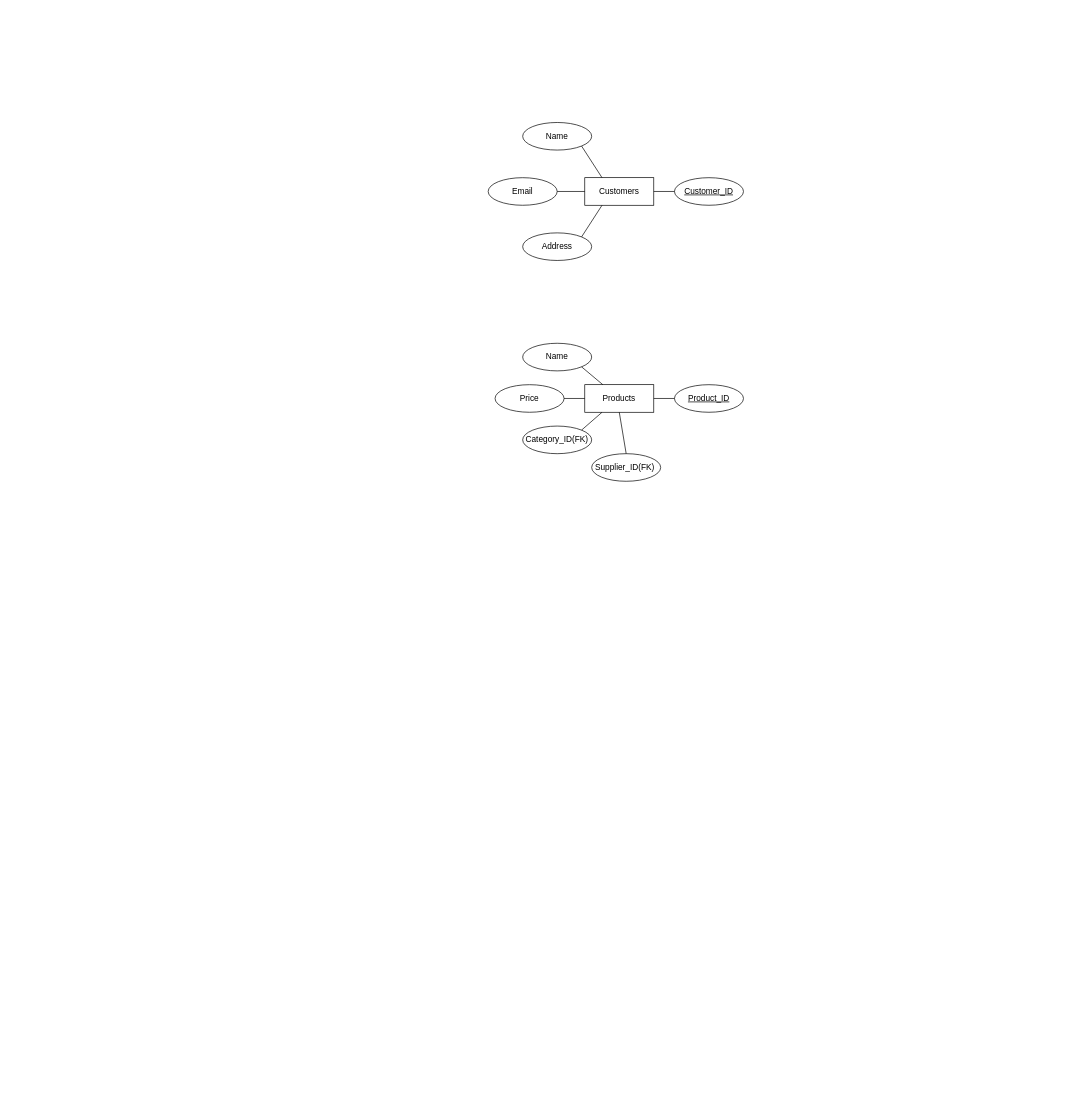
diego-karsa/Data-Management-Group-15 keeps this draw.io diagram as E_R_Diagram/Taahaa_ER.drawio. Above is the earlier version. Source tidied: cells renumbered, new cells numbered last; positions are measured from the earlier drawing's top-left corner, leaving out a move shared by most shapes. Both pictures are drawn from the tidied source at 69%, with x=0, y=0 at pixel (488, 122).
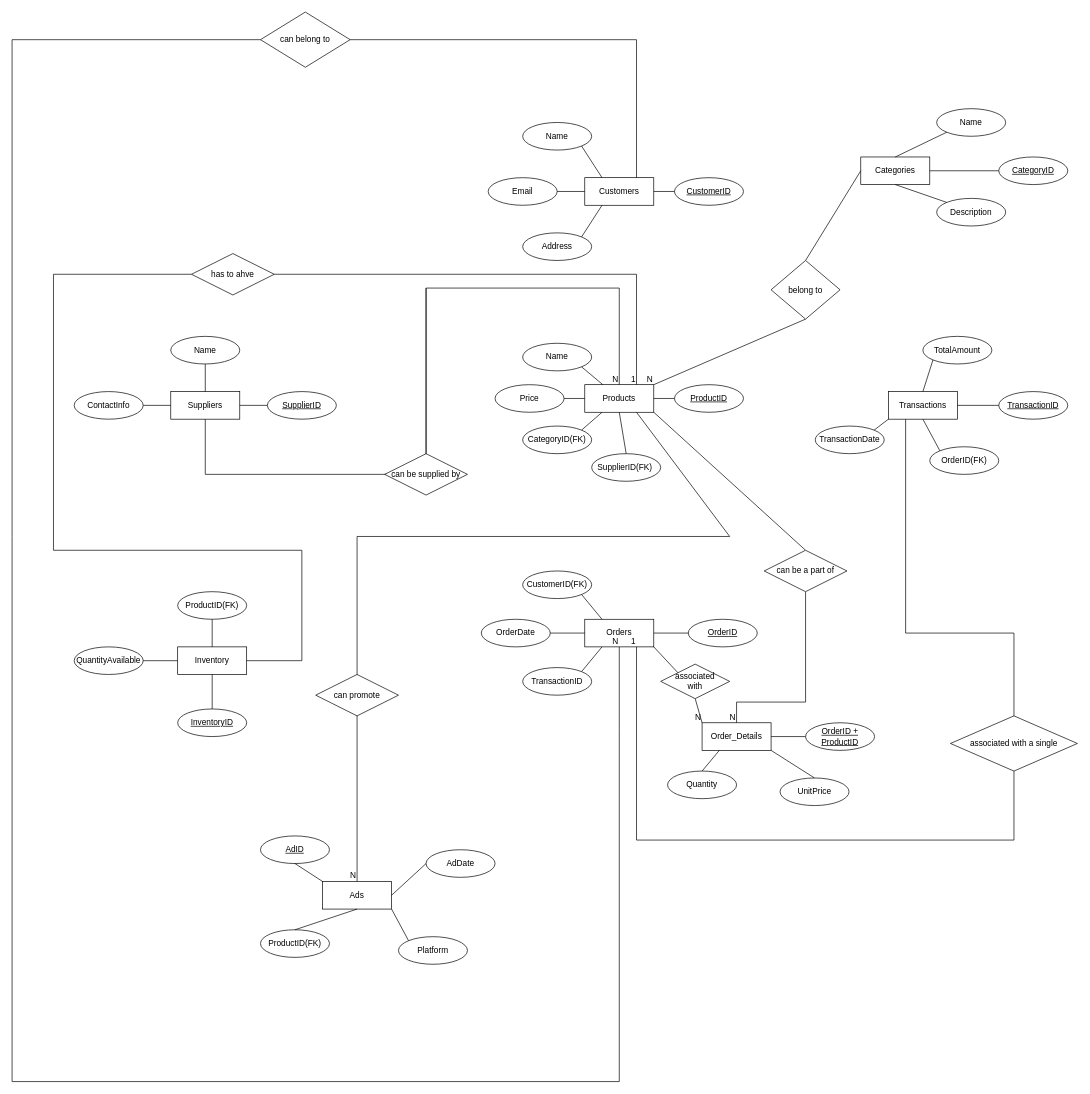
The same page after the edit.

The change refers to these unchanged cells:
```xml
<mxCell id="2" value="Products" style="whiteSpace=wrap;html=1;align=center;" parent="1" vertex="1">
  <mxGeometry x="140" y="380" width="100" height="40" as="geometry" />
</mxCell>
<mxCell id="13" value="Customers" style="whiteSpace=wrap;html=1;align=center;" parent="1" vertex="1">
  <mxGeometry x="140" y="80" width="100" height="40" as="geometry" />
</mxCell>
```

Change to the diagram source:
```diff
@@
-    <mxCell id="3" value="Product_ID" style="ellipse;whiteSpace=wrap;html=1;align=center;fontStyle=4;" parent="1" vertex="1">
+    <mxCell id="3" value="ProductID" style="ellipse;whiteSpace=wrap;html=1;align=center;fontStyle=4;" parent="1" vertex="1">
       <mxGeometry x="270" y="380" width="100" height="40" as="geometry" />
     </mxCell>
@@
-    <mxCell id="7" value="Category_ID(FK)" style="ellipse;whiteSpace=wrap;html=1;align=center;" parent="1" vertex="1">
+    <mxCell id="7" value="CategoryID(FK)" style="ellipse;whiteSpace=wrap;html=1;align=center;" parent="1" vertex="1">
       <mxGeometry x="50" y="440" width="100" height="40" as="geometry" />
     </mxCell>
-    <mxCell id="8" value="Supplier_ID(FK)&amp;nbsp;" style="ellipse;whiteSpace=wrap;html=1;align=center;" parent="1" vertex="1">
+    <mxCell id="8" value="SupplierID(FK)&amp;nbsp;" style="ellipse;whiteSpace=wrap;html=1;align=center;" parent="1" vertex="1">
       <mxGeometry x="150" y="480" width="100" height="40" as="geometry" />
     </mxCell>
@@
-    <mxCell id="14" value="Customer_ID" style="ellipse;whiteSpace=wrap;html=1;align=center;fontStyle=4;" parent="1" vertex="1">
+    <mxCell id="14" value="CustomerID" style="ellipse;whiteSpace=wrap;html=1;align=center;fontStyle=4;" parent="1" vertex="1">
       <mxGeometry x="270" y="80" width="100" height="40" as="geometry" />
     </mxCell>
@@
+    <mxCell id="22" value="Orders" style="whiteSpace=wrap;html=1;align=center;" parent="1" vertex="1">
+      <mxGeometry x="140" y="720" width="100" height="40" as="geometry" />
+    </mxCell>
+    <mxCell id="23" value="OrderID" style="ellipse;whiteSpace=wrap;html=1;align=center;fontStyle=4;" parent="1" vertex="1">
+      <mxGeometry x="290" y="720" width="100" height="40" as="geometry" />
+    </mxCell>
+    <mxCell id="24" value="CustomerID(FK)" style="ellipse;whiteSpace=wrap;html=1;align=center;" parent="1" vertex="1">
+      <mxGeometry x="50" y="650" width="100" height="40" as="geometry" />
+    </mxCell>
+    <mxCell id="25" value="OrderDate" style="ellipse;whiteSpace=wrap;html=1;align=center;" parent="1" vertex="1">
+      <mxGeometry x="-10" y="720" width="100" height="40" as="geometry" />
+    </mxCell>
+    <mxCell id="26" value="TransactionID" style="ellipse;whiteSpace=wrap;html=1;align=center;" parent="1" vertex="1">
+      <mxGeometry x="50" y="790" width="100" height="40" as="geometry" />
+    </mxCell>
+    <mxCell id="27" style="endArrow=none;html=1;rounded=0;entryX=0;entryY=0.5;entryDx=0;entryDy=0;exitX=1;exitY=0.5;exitDx=0;exitDy=0;" parent="1" edge="1" source="25" target="22">
+      <mxGeometry relative="1" as="geometry" />
+    </mxCell>
+    <mxCell id="28" style="endArrow=none;html=1;rounded=0;entryX=0.25;entryY=1;entryDx=0;entryDy=0;exitX=1;exitY=0;exitDx=0;exitDy=0;" parent="1" edge="1" source="26" target="22">
+      <mxGeometry relative="1" as="geometry" />
+    </mxCell>
+    <mxCell id="29" style="endArrow=none;html=1;rounded=0;entryX=0.25;entryY=0;entryDx=0;entryDy=0;exitX=1;exitY=1;exitDx=0;exitDy=0;" parent="1" edge="1" source="24" target="22">
+      <mxGeometry relative="1" as="geometry" />
+    </mxCell>
+    <mxCell id="30" style="endArrow=none;html=1;rounded=0;entryX=1;entryY=0.5;entryDx=0;entryDy=0;exitX=0;exitY=0.5;exitDx=0;exitDy=0;" parent="1" edge="1" source="23" target="22">
+      <mxGeometry relative="1" as="geometry" />
+    </mxCell>
+    <mxCell id="31" value="Order_Details" style="whiteSpace=wrap;html=1;align=center;" parent="1" vertex="1">
+      <mxGeometry x="310" y="870" width="100" height="40" as="geometry" />
+    </mxCell>
+    <mxCell id="32" value="OrderID + ProductID" style="ellipse;whiteSpace=wrap;html=1;align=center;fontStyle=4;" parent="1" vertex="1">
+      <mxGeometry x="460" y="870" width="100" height="40" as="geometry" />
+    </mxCell>
+    <mxCell id="33" value="UnitPrice" style="ellipse;whiteSpace=wrap;html=1;align=center;" parent="1" vertex="1">
+      <mxGeometry x="423" y="950" width="100" height="40" as="geometry" />
+    </mxCell>
+    <mxCell id="34" value="Quantity" style="ellipse;whiteSpace=wrap;html=1;align=center;" parent="1" vertex="1">
+      <mxGeometry x="260" y="940" width="100" height="40" as="geometry" />
+    </mxCell>
+    <mxCell id="35" style="endArrow=none;html=1;rounded=0;entryX=0.5;entryY=0;entryDx=0;entryDy=0;exitX=0.25;exitY=1;exitDx=0;exitDy=0;" parent="1" edge="1" source="31" target="34">
+      <mxGeometry relative="1" as="geometry" />
+    </mxCell>
+    <mxCell id="36" style="endArrow=none;html=1;rounded=0;entryX=0;entryY=0.5;entryDx=0;entryDy=0;exitX=1;exitY=0.5;exitDx=0;exitDy=0;" parent="1" edge="1" source="31" target="32">
+      <mxGeometry relative="1" as="geometry" />
+    </mxCell>
+    <mxCell id="37" style="endArrow=none;html=1;rounded=0;entryX=0.5;entryY=0;entryDx=0;entryDy=0;exitX=1;exitY=1;exitDx=0;exitDy=0;" parent="1" edge="1" source="31" target="33">
+      <mxGeometry relative="1" as="geometry" />
+    </mxCell>
+    <mxCell id="38" value="Transactions" style="whiteSpace=wrap;html=1;align=center;" parent="1" vertex="1">
+      <mxGeometry x="580" y="390" width="100" height="40" as="geometry" />
+    </mxCell>
+    <mxCell id="39" value="TransactionID" style="ellipse;whiteSpace=wrap;html=1;align=center;fontStyle=4;" parent="1" vertex="1">
+      <mxGeometry x="740" y="390" width="100" height="40" as="geometry" />
+    </mxCell>
+    <mxCell id="40" value="OrderID(FK)" style="ellipse;whiteSpace=wrap;html=1;align=center;" parent="1" vertex="1">
+      <mxGeometry x="640" y="470" width="100" height="40" as="geometry" />
+    </mxCell>
+    <mxCell id="41" value="TransactionDate" style="ellipse;whiteSpace=wrap;html=1;align=center;" parent="1" vertex="1">
+      <mxGeometry x="474" y="440" width="100" height="40" as="geometry" />
+    </mxCell>
+    <mxCell id="42" value="TotalAmount" style="ellipse;whiteSpace=wrap;html=1;align=center;" parent="1" vertex="1">
+      <mxGeometry x="630" y="310" width="100" height="40" as="geometry" />
+    </mxCell>
+    <mxCell id="43" style="endArrow=none;html=1;rounded=0;exitX=0.5;exitY=1;exitDx=0;exitDy=0;entryX=0;entryY=0;entryDx=0;entryDy=0;" parent="1" edge="1" source="38" target="40">
+      <mxGeometry relative="1" as="geometry" />
+    </mxCell>
+    <mxCell id="44" style="endArrow=none;html=1;rounded=0;exitX=1;exitY=0.5;exitDx=0;exitDy=0;entryX=0;entryY=0.5;entryDx=0;entryDy=0;" parent="1" edge="1" source="38" target="39">
+      <mxGeometry relative="1" as="geometry" />
+    </mxCell>
+    <mxCell id="45" style="endArrow=none;html=1;rounded=0;exitX=1;exitY=0;exitDx=0;exitDy=0;entryX=0;entryY=1;entryDx=0;entryDy=0;" parent="1" edge="1" source="41" target="38">
+      <mxGeometry relative="1" as="geometry" />
+    </mxCell>
+    <mxCell id="46" style="endArrow=none;html=1;rounded=0;exitX=0;exitY=1;exitDx=0;exitDy=0;entryX=0.5;entryY=0;entryDx=0;entryDy=0;" parent="1" edge="1" source="42" target="38">
+      <mxGeometry relative="1" as="geometry" />
+    </mxCell>
+    <mxCell id="47" value="Suppliers" style="whiteSpace=wrap;html=1;align=center;" parent="1" vertex="1">
+      <mxGeometry x="-460" y="390" width="100" height="40" as="geometry" />
+    </mxCell>
+    <mxCell id="48" value="SupplierID" style="ellipse;whiteSpace=wrap;html=1;align=center;fontStyle=4;" parent="1" vertex="1">
+      <mxGeometry x="-320" y="390" width="100" height="40" as="geometry" />
+    </mxCell>
+    <mxCell id="49" value="Name" style="ellipse;whiteSpace=wrap;html=1;align=center;" parent="1" vertex="1">
+      <mxGeometry x="-460" y="310" width="100" height="40" as="geometry" />
+    </mxCell>
+    <mxCell id="50" value="ContactInfo" style="ellipse;whiteSpace=wrap;html=1;align=center;" parent="1" vertex="1">
+      <mxGeometry x="-600" y="390" width="100" height="40" as="geometry" />
+    </mxCell>
+    <mxCell id="51" style="endArrow=none;html=1;rounded=0;entryX=0;entryY=0.5;entryDx=0;entryDy=0;exitX=1;exitY=0.5;exitDx=0;exitDy=0;" parent="1" edge="1" source="50" target="47">
+      <mxGeometry relative="1" as="geometry" />
+    </mxCell>
+    <mxCell id="52" style="endArrow=none;html=1;rounded=0;entryX=0;entryY=0.5;entryDx=0;entryDy=0;exitX=1;exitY=0.5;exitDx=0;exitDy=0;" parent="1" edge="1" source="47" target="48">
+      <mxGeometry relative="1" as="geometry" />
+    </mxCell>
+    <mxCell id="53" style="endArrow=none;html=1;rounded=0;exitX=0.5;exitY=1;exitDx=0;exitDy=0;" parent="1" edge="1" source="49" target="47">
+      <mxGeometry relative="1" as="geometry" />
+    </mxCell>
+    <mxCell id="54" value="Categories" style="whiteSpace=wrap;html=1;align=center;" parent="1" vertex="1">
+      <mxGeometry x="540" y="50" width="100" height="40" as="geometry" />
+    </mxCell>
+    <mxCell id="55" value="CategoryID" style="ellipse;whiteSpace=wrap;html=1;align=center;fontStyle=4;" parent="1" vertex="1">
+      <mxGeometry x="740" y="50" width="100" height="40" as="geometry" />
+    </mxCell>
+    <mxCell id="56" value="Description" style="ellipse;whiteSpace=wrap;html=1;align=center;" parent="1" vertex="1">
+      <mxGeometry x="650" y="110" width="100" height="40" as="geometry" />
+    </mxCell>
+    <mxCell id="57" value="Name" style="ellipse;whiteSpace=wrap;html=1;align=center;" parent="1" vertex="1">
+      <mxGeometry x="650" y="-20" width="100" height="40" as="geometry" />
+    </mxCell>
+    <mxCell id="58" style="endArrow=none;html=1;rounded=0;exitX=0;exitY=0;exitDx=0;exitDy=0;entryX=0.5;entryY=1;entryDx=0;entryDy=0;" parent="1" edge="1" source="56" target="54">
+      <mxGeometry relative="1" as="geometry" />
+    </mxCell>
+    <mxCell id="59" style="endArrow=none;html=1;rounded=0;entryX=0;entryY=0.5;entryDx=0;entryDy=0;exitX=1;exitY=0.5;exitDx=0;exitDy=0;" parent="1" edge="1" source="54" target="55">
+      <mxGeometry relative="1" as="geometry" />
+    </mxCell>
+    <mxCell id="60" style="endArrow=none;html=1;rounded=0;entryX=0;entryY=1;entryDx=0;entryDy=0;exitX=0.5;exitY=0;exitDx=0;exitDy=0;" parent="1" edge="1" source="54" target="57">
+      <mxGeometry relative="1" as="geometry" />
+    </mxCell>
+    <mxCell id="61" value="Inventory" style="whiteSpace=wrap;html=1;align=center;" parent="1" vertex="1">
+      <mxGeometry x="-450" y="760" width="100" height="40" as="geometry" />
+    </mxCell>
+    <mxCell id="62" value="InventoryID" style="ellipse;whiteSpace=wrap;html=1;align=center;fontStyle=4;" parent="1" vertex="1">
+      <mxGeometry x="-450" y="850" width="100" height="40" as="geometry" />
+    </mxCell>
+    <mxCell id="63" value="ProductID(FK)" style="ellipse;whiteSpace=wrap;html=1;align=center;" parent="1" vertex="1">
+      <mxGeometry x="-450" y="680" width="100" height="40" as="geometry" />
+    </mxCell>
+    <mxCell id="64" value="QuantityAvailable" style="ellipse;whiteSpace=wrap;html=1;align=center;" parent="1" vertex="1">
+      <mxGeometry x="-600" y="760" width="100" height="40" as="geometry" />
+    </mxCell>
+    <mxCell id="65" style="endArrow=none;html=1;rounded=0;exitX=0.5;exitY=1;exitDx=0;exitDy=0;entryX=0.5;entryY=0;entryDx=0;entryDy=0;" parent="1" edge="1" source="61" target="62">
+      <mxGeometry relative="1" as="geometry" />
+    </mxCell>
+    <mxCell id="66" style="endArrow=none;html=1;rounded=0;exitX=1;exitY=0.5;exitDx=0;exitDy=0;entryX=0;entryY=0.5;entryDx=0;entryDy=0;" parent="1" edge="1" source="64" target="61">
+      <mxGeometry relative="1" as="geometry" />
+    </mxCell>
+    <mxCell id="67" style="endArrow=none;html=1;rounded=0;entryX=0.5;entryY=1;entryDx=0;entryDy=0;exitX=0.5;exitY=0;exitDx=0;exitDy=0;" parent="1" edge="1" source="61" target="63">
+      <mxGeometry relative="1" as="geometry" />
+    </mxCell>
+    <mxCell id="68" value="Ads" style="whiteSpace=wrap;html=1;align=center;" parent="1" vertex="1">
+      <mxGeometry x="-240" y="1100" width="100" height="40" as="geometry" />
+    </mxCell>
+    <mxCell id="69" value="AdID" style="ellipse;whiteSpace=wrap;html=1;align=center;fontStyle=4;" parent="1" vertex="1">
+      <mxGeometry x="-330" y="1034" width="100" height="40" as="geometry" />
+    </mxCell>
+    <mxCell id="70" value="ProductID(FK)" style="ellipse;whiteSpace=wrap;html=1;align=center;" parent="1" vertex="1">
+      <mxGeometry x="-330" y="1170" width="100" height="40" as="geometry" />
+    </mxCell>
+    <mxCell id="71" value="AdDate" style="ellipse;whiteSpace=wrap;html=1;align=center;" parent="1" vertex="1">
+      <mxGeometry x="-90" y="1054" width="100" height="40" as="geometry" />
+    </mxCell>
+    <mxCell id="72" value="Platform" style="ellipse;whiteSpace=wrap;html=1;align=center;" parent="1" vertex="1">
+      <mxGeometry x="-130" y="1180" width="100" height="40" as="geometry" />
+    </mxCell>
+    <mxCell id="73" style="endArrow=none;html=1;rounded=0;exitX=1;exitY=0.5;exitDx=0;exitDy=0;entryX=0;entryY=0.5;entryDx=0;entryDy=0;" parent="1" edge="1" source="68" target="71">
+      <mxGeometry relative="1" as="geometry" />
+    </mxCell>
+    <mxCell id="74" style="endArrow=none;html=1;rounded=0;exitX=1;exitY=1;exitDx=0;exitDy=0;entryX=0;entryY=0;entryDx=0;entryDy=0;" parent="1" edge="1" source="68" target="72">
+      <mxGeometry relative="1" as="geometry" />
+    </mxCell>
+    <mxCell id="75" style="endArrow=none;html=1;rounded=0;exitX=0.5;exitY=0;exitDx=0;exitDy=0;entryX=0.5;entryY=1;entryDx=0;entryDy=0;" parent="1" edge="1" source="70" target="68">
+      <mxGeometry relative="1" as="geometry" />
+    </mxCell>
+    <mxCell id="76" style="endArrow=none;html=1;rounded=0;exitX=0;exitY=0;exitDx=0;exitDy=0;entryX=0.5;entryY=1;entryDx=0;entryDy=0;" parent="1" edge="1" source="68" target="69">
+      <mxGeometry relative="1" as="geometry" />
+    </mxCell>
+    <mxCell id="77" style="endArrow=none;html=1;rounded=0;entryX=1;entryY=0;entryDx=0;entryDy=0;exitX=0.5;exitY=1;exitDx=0;exitDy=0;" parent="1" edge="1" source="84" target="2">
+      <mxGeometry relative="1" as="geometry" />
+    </mxCell>
+    <mxCell id="78" value="N" style="html=1;whiteSpace=wrap;align=right;verticalAlign=bottom;" parent="77" vertex="1">
+      <mxGeometry x="1" relative="1" as="geometry" />
+    </mxCell>
+    <mxCell id="79" style="endArrow=none;html=1;rounded=0;entryX=0.5;entryY=0;entryDx=0;entryDy=0;" parent="1" edge="1" target="2">
+      <mxGeometry relative="1" as="geometry">
+        <mxPoint x="-90" y="240" as="sourcePoint" />
+        <Array as="points">
+          <mxPoint x="190" y="240" />
+        </Array>
+      </mxGeometry>
+    </mxCell>
+    <mxCell id="80" value="N" style="html=1;whiteSpace=wrap;align=right;verticalAlign=bottom;" parent="79" vertex="1">
+      <mxGeometry x="1" relative="1" as="geometry" />
+    </mxCell>
+    <mxCell id="81" style="endArrow=none;html=1;rounded=0;entryX=0.5;entryY=0;entryDx=0;entryDy=0;exitX=0.5;exitY=1;exitDx=0;exitDy=0;" parent="1" edge="1" source="88" target="31">
+      <mxGeometry relative="1" as="geometry">
+        <Array as="points">
+          <mxPoint x="460" y="840" />
+          <mxPoint x="360" y="840" />
+        </Array>
+      </mxGeometry>
+    </mxCell>
+    <mxCell id="82" value="N" style="html=1;whiteSpace=wrap;align=right;verticalAlign=bottom;" parent="81" vertex="1">
+      <mxGeometry x="1" relative="1" as="geometry" />
+    </mxCell>
+    <mxCell id="83" style="endArrow=none;html=1;rounded=0;entryX=0.5;entryY=0;entryDx=0;entryDy=0;exitX=0;exitY=0.5;exitDx=0;exitDy=0;" parent="1" edge="1" source="54" target="84">
+      <mxGeometry relative="1" as="geometry" />
+    </mxCell>
+    <mxCell id="84" value="belong to" style="shape=rhombus;perimeter=rhombusPerimeter;whiteSpace=wrap;html=1;align=center;" parent="1" vertex="1">
+      <mxGeometry x="410" y="200" width="100" height="85" as="geometry" />
+    </mxCell>
+    <mxCell id="85" style="endArrow=none;html=1;rounded=0;entryX=0.5;entryY=0;entryDx=0;entryDy=0;exitX=0.5;exitY=1;exitDx=0;exitDy=0;" parent="1" edge="1" source="47" target="86">
+      <mxGeometry relative="1" as="geometry">
+        <Array as="points">
+          <mxPoint x="-410" y="510" />
+          <mxPoint x="-90" y="510" />
+          <mxPoint x="-90" y="240" />
+        </Array>
+      </mxGeometry>
+    </mxCell>
+    <mxCell id="86" value="can be supplied by" style="shape=rhombus;perimeter=rhombusPerimeter;whiteSpace=wrap;html=1;align=center;" parent="1" vertex="1">
+      <mxGeometry x="-150" y="480" width="120" height="60" as="geometry" />
+    </mxCell>
+    <mxCell id="87" style="endArrow=none;html=1;rounded=0;entryX=0.5;entryY=0;entryDx=0;entryDy=0;exitX=1;exitY=1;exitDx=0;exitDy=0;" parent="1" edge="1" source="2" target="88">
+      <mxGeometry relative="1" as="geometry" />
+    </mxCell>
+    <mxCell id="88" value="can be a part of" style="shape=rhombus;perimeter=rhombusPerimeter;whiteSpace=wrap;html=1;align=center;" parent="1" vertex="1">
+      <mxGeometry x="400" y="620" width="120" height="60" as="geometry" />
+    </mxCell>
+    <mxCell id="89" style="endArrow=none;html=1;rounded=0;entryX=0.5;entryY=1;entryDx=0;entryDy=0;exitX=0;exitY=0.5;exitDx=0;exitDy=0;" parent="1" edge="1" source="92" target="22">
+      <mxGeometry relative="1" as="geometry">
+        <Array as="points">
+          <mxPoint x="-690" y="-120" />
+          <mxPoint x="-690" y="600" />
+          <mxPoint x="-690" y="1390" />
+          <mxPoint x="190" y="1390" />
+          <mxPoint x="190" y="880" />
+        </Array>
+      </mxGeometry>
+    </mxCell>
+    <mxCell id="90" value="N" style="html=1;whiteSpace=wrap;align=right;verticalAlign=bottom;" parent="89" vertex="1">
+      <mxGeometry x="1" relative="1" as="geometry" />
+    </mxCell>
+    <mxCell id="91" style="endArrow=none;html=1;rounded=0;entryX=1;entryY=0.5;entryDx=0;entryDy=0;exitX=0.75;exitY=0;exitDx=0;exitDy=0;" parent="1" edge="1" source="13" target="92">
+      <mxGeometry relative="1" as="geometry">
+        <Array as="points">
+          <mxPoint x="215" y="-120" />
+        </Array>
+      </mxGeometry>
+    </mxCell>
+    <mxCell id="92" value="can belong to" style="shape=rhombus;perimeter=rhombusPerimeter;whiteSpace=wrap;html=1;align=center;" parent="1" vertex="1">
+      <mxGeometry x="-330" y="-160" width="130" height="80" as="geometry" />
+    </mxCell>
+    <mxCell id="93" style="endArrow=none;html=1;rounded=0;entryX=0.75;entryY=1;entryDx=0;entryDy=0;exitX=0.5;exitY=1;exitDx=0;exitDy=0;" parent="1" edge="1" source="96" target="22">
+      <mxGeometry relative="1" as="geometry">
+        <Array as="points">
+          <mxPoint x="762" y="1040" />
+          <mxPoint x="215" y="1040" />
+        </Array>
+      </mxGeometry>
+    </mxCell>
+    <mxCell id="94" value="1" style="html=1;whiteSpace=wrap;align=right;verticalAlign=bottom;" parent="93" vertex="1">
+      <mxGeometry x="1" relative="1" as="geometry" />
+    </mxCell>
+    <mxCell id="95" style="endArrow=none;html=1;rounded=0;entryX=0.5;entryY=0;entryDx=0;entryDy=0;exitX=0.25;exitY=1;exitDx=0;exitDy=0;" parent="1" edge="1" source="38" target="96">
+      <mxGeometry relative="1" as="geometry">
+        <Array as="points">
+          <mxPoint x="605" y="740" />
+          <mxPoint x="762" y="740" />
+        </Array>
+      </mxGeometry>
+    </mxCell>
+    <mxCell id="96" value="associated with a single" style="shape=rhombus;perimeter=rhombusPerimeter;whiteSpace=wrap;html=1;align=center;" parent="1" vertex="1">
+      <mxGeometry x="670" y="860" width="184" height="80" as="geometry" />
+    </mxCell>
+    <mxCell id="97" style="endArrow=none;html=1;rounded=0;entryX=0;entryY=0;entryDx=0;entryDy=0;exitX=0.5;exitY=1;exitDx=0;exitDy=0;" parent="1" edge="1" source="100" target="31">
+      <mxGeometry relative="1" as="geometry" />
+    </mxCell>
+    <mxCell id="98" value="N" style="html=1;whiteSpace=wrap;align=right;verticalAlign=bottom;" parent="97" vertex="1">
+      <mxGeometry x="1" relative="1" as="geometry" />
+    </mxCell>
+    <mxCell id="99" style="endArrow=none;html=1;rounded=0;entryX=0;entryY=0;entryDx=0;entryDy=0;exitX=1;exitY=1;exitDx=0;exitDy=0;" parent="1" edge="1" source="22" target="100">
+      <mxGeometry relative="1" as="geometry" />
+    </mxCell>
+    <mxCell id="100" value="associated&lt;br&gt;with" style="shape=rhombus;perimeter=rhombusPerimeter;whiteSpace=wrap;html=1;align=center;" parent="1" vertex="1">
+      <mxGeometry x="250" y="785" width="100" height="50" as="geometry" />
+    </mxCell>
+    <mxCell id="101" style="endArrow=none;html=1;rounded=0;entryX=0.5;entryY=0;entryDx=0;entryDy=0;exitX=0.75;exitY=1;exitDx=0;exitDy=0;" parent="1" edge="1" source="2" target="68">
+      <mxGeometry relative="1" as="geometry">
+        <Array as="points">
+          <mxPoint x="350" y="600" />
+          <mxPoint x="-190" y="600" />
+        </Array>
+      </mxGeometry>
+    </mxCell>
+    <mxCell id="102" value="N" style="html=1;whiteSpace=wrap;align=right;verticalAlign=bottom;" parent="101" vertex="1">
+      <mxGeometry x="1" relative="1" as="geometry" />
+    </mxCell>
+    <mxCell id="103" value="can promote" style="shape=rhombus;perimeter=rhombusPerimeter;whiteSpace=wrap;html=1;align=center;" parent="1" vertex="1">
+      <mxGeometry x="-250" y="800" width="120" height="60" as="geometry" />
+    </mxCell>
+    <mxCell id="104" style="endArrow=none;html=1;rounded=0;entryX=0.75;entryY=0;entryDx=0;entryDy=0;exitX=1;exitY=0.5;exitDx=0;exitDy=0;" parent="1" edge="1" source="107" target="2">
+      <mxGeometry relative="1" as="geometry">
+        <Array as="points">
+          <mxPoint x="215" y="220" />
+        </Array>
+      </mxGeometry>
+    </mxCell>
+    <mxCell id="105" value="1" style="html=1;whiteSpace=wrap;align=right;verticalAlign=bottom;" parent="104" vertex="1">
+      <mxGeometry x="1" relative="1" as="geometry" />
+    </mxCell>
+    <mxCell id="106" style="endArrow=none;html=1;rounded=0;entryX=0;entryY=0.5;entryDx=0;entryDy=0;exitX=1;exitY=0.5;exitDx=0;exitDy=0;" parent="1" edge="1" source="61" target="107">
+      <mxGeometry relative="1" as="geometry">
+        <Array as="points">
+          <mxPoint x="-270" y="780" />
+          <mxPoint x="-270" y="620" />
+          <mxPoint x="-630" y="620" />
+          <mxPoint x="-630" y="220" />
+        </Array>
+      </mxGeometry>
+    </mxCell>
+    <mxCell id="107" value="has to ahve" style="shape=rhombus;perimeter=rhombusPerimeter;whiteSpace=wrap;html=1;align=center;" parent="1" vertex="1">
+      <mxGeometry x="-430" y="190" width="120" height="60" as="geometry" />
+    </mxCell>
```
